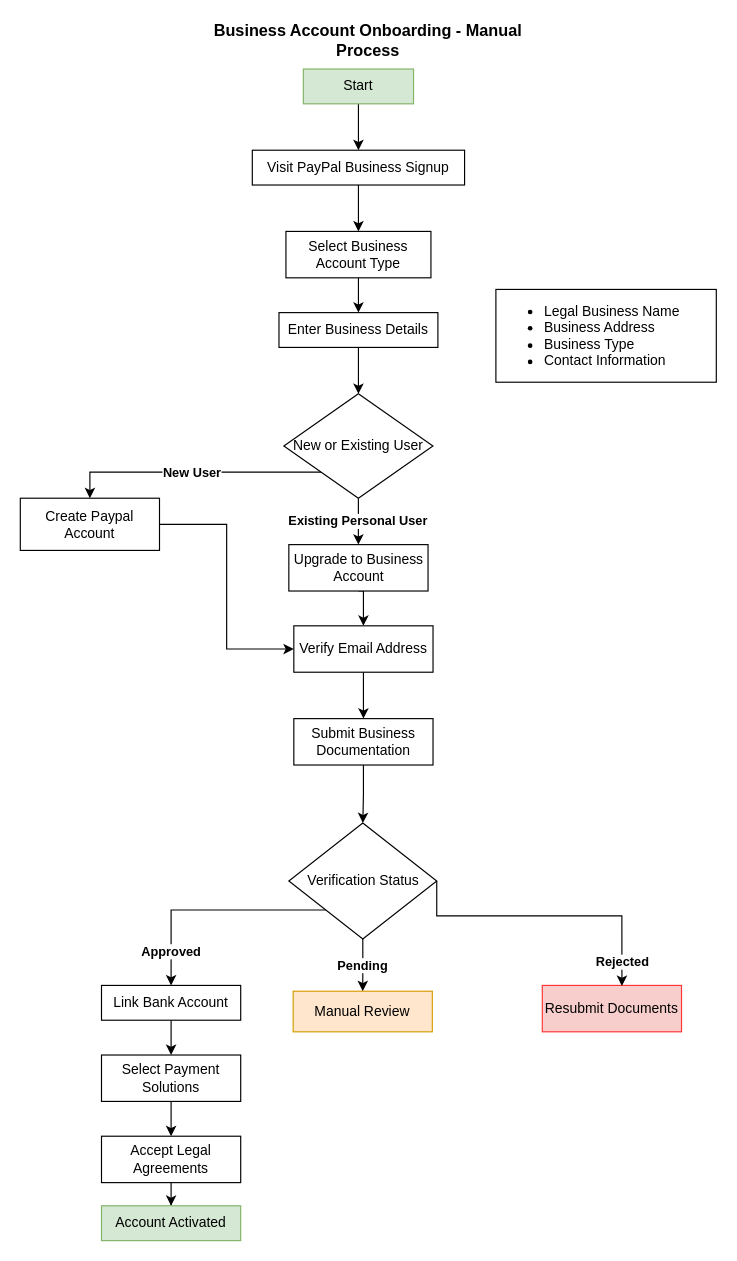
Earlier version of the draw.io diagram page "Business_Account_Onboarding_Manual_Process" (2 of 2) of flow-charts/paypal-merchant-onboarding.drawio (rajneeshpatel07/payal-payments). Source tidied: cells renumbered, new cells numbered last; positions are measured from the earlier drawing's top-left corner, leaving out a move shared by most shapes. Both pictures are drawn from the tidied source at 116%, with x=0, y=0 at pixel (20, 22).
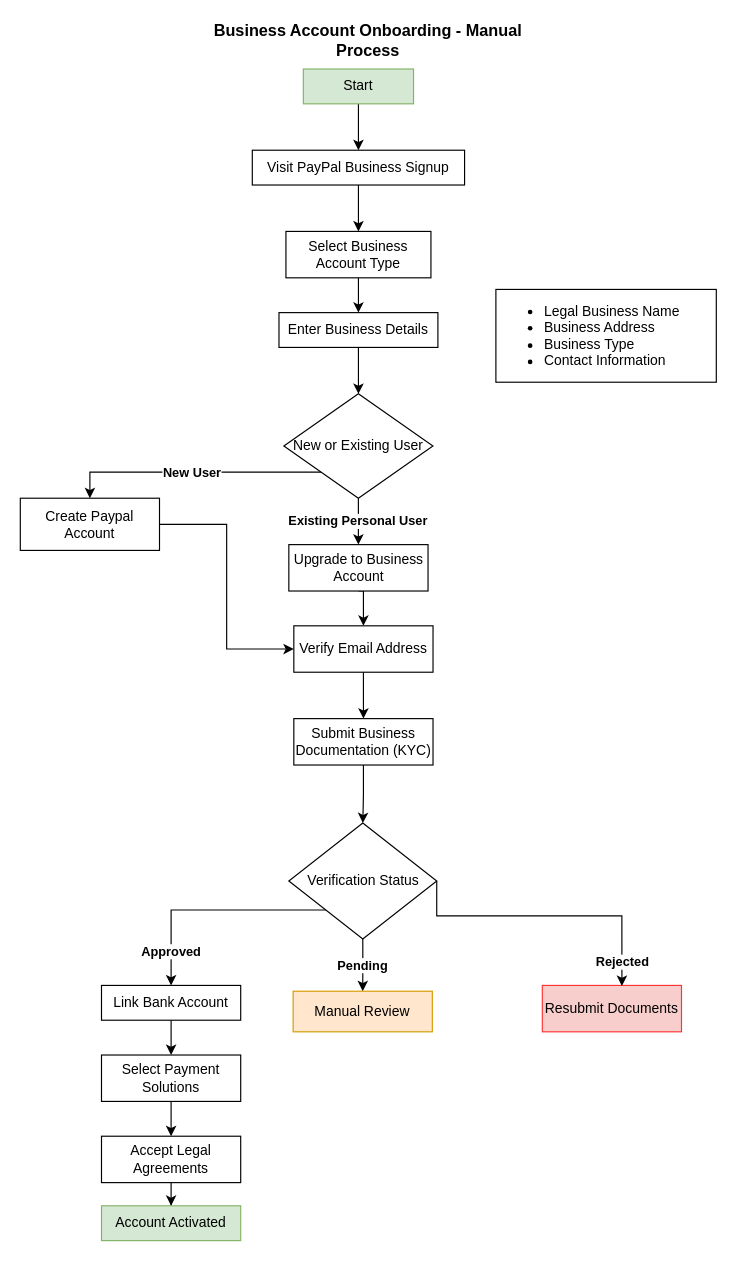
The same diagram, later.

The edit, as a diff of the source:
```diff
@@
-    <mxCell id="21" value="Submit Business Documentation" style="rounded=0;whiteSpace=wrap;html=1;" parent="1" vertex="1">
+    <mxCell id="21" value="Submit Business Documentation (KYC)" style="rounded=0;whiteSpace=wrap;html=1;" parent="1" vertex="1">
       <mxGeometry x="235.8" y="600" width="120" height="40" as="geometry" />
     </mxCell>
```
